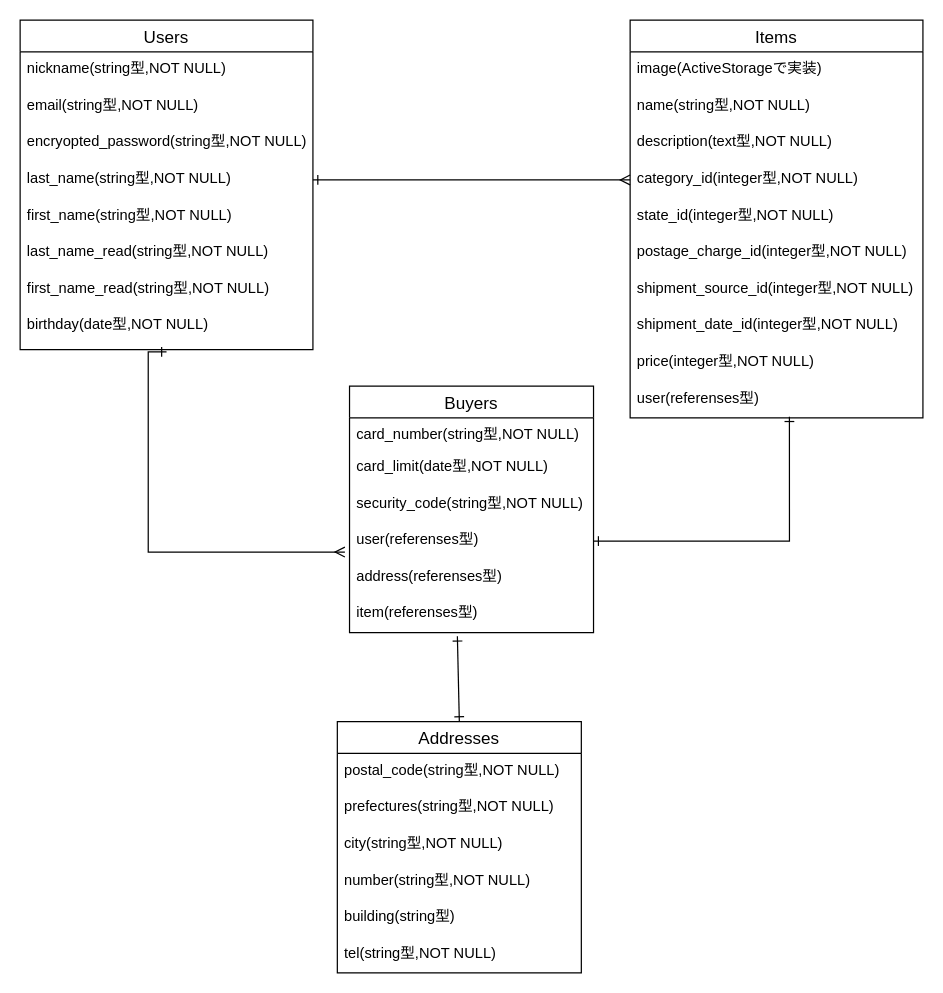
Before: furimaDB.dio in NaoyaNemezawa/furima-32981, a draw.io diagram. Source tidied: cells renumbered, new cells numbered last; positions are measured from the earlier drawing's top-left corner, leaving out a move shared by most shapes. Both pictures are drawn from the tidied source at 122%, with x=0, y=0 at pixel (20, 20).
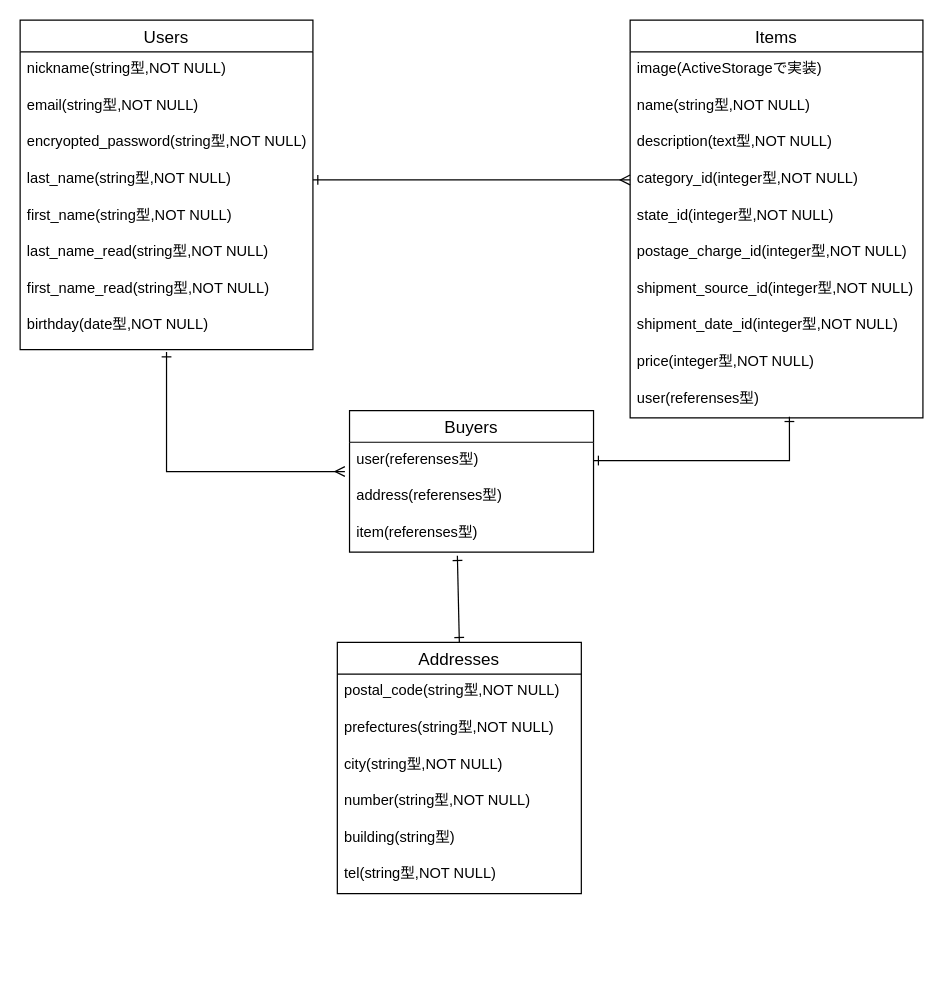
After the change.

Commit message (it also covers changes not shown here):
Buyersテーブルの修正

カード情報を保持しないようにする。
また、userテーブル、itemテーブル、addressテーブルから情報を引用するように変更。

The change refers to these unchanged cells:
```xml
<mxCell id="10" value="birthday(date型,NOT NULL)" style="text;strokeColor=none;fillColor=none;spacingLeft=4;spacingRight=4;overflow=hidden;points=[[0,0.5],[1,0.5]];portConstraint=eastwest;fontSize=12;" parent="2" vertex="1">
  <mxGeometry y="236" width="240" height="34" as="geometry" />
</mxCell>
```

The edit, as a diff of the source:
```diff
@@
     <mxCell id="11" value="Buyers" style="swimlane;fontStyle=0;horizontal=1;startSize=26;align=center;fontSize=14;" parent="1" vertex="1">
-      <mxGeometry x="270" y="300" width="200" height="202" as="geometry" />
+      <mxGeometry x="270" y="320" width="200" height="116" as="geometry" />
     </mxCell>
-    <mxCell id="12" value="card_number(string型,NOT NULL)" style="text;strokeColor=none;fillColor=none;spacingLeft=4;spacingRight=4;overflow=hidden;fontSize=12;" parent="11" vertex="1">
-      <mxGeometry y="26" width="200" height="26" as="geometry" />
-    </mxCell>
-    <mxCell id="13" value="card_limit(date型,NOT NULL)" style="text;strokeColor=none;fillColor=none;spacingLeft=4;spacingRight=4;overflow=hidden;fontSize=12;" parent="11" vertex="1">
-      <mxGeometry y="52" width="200" height="30" as="geometry" />
-    </mxCell>
-    <mxCell id="14" value="security_code(string型,NOT NULL)" style="text;strokeColor=none;fillColor=none;spacingLeft=4;spacingRight=4;overflow=hidden;fontSize=12;" parent="11" vertex="1">
-      <mxGeometry y="82" width="200" height="30" as="geometry" />
-    </mxCell>
     <mxCell id="15" value="user(referenses型)" style="text;strokeColor=none;fillColor=none;spacingLeft=4;spacingRight=4;overflow=hidden;points=[[0,0.5],[1,0.5]];portConstraint=eastwest;fontSize=12;" parent="11" vertex="1">
-      <mxGeometry y="112" width="200" height="30" as="geometry" />
+      <mxGeometry y="26" width="200" height="30" as="geometry" />
     </mxCell>
     <mxCell id="16" value="address(referenses型)" style="text;strokeColor=none;fillColor=none;spacingLeft=4;spacingRight=4;overflow=hidden;fontSize=12;" parent="11" vertex="1">
-      <mxGeometry y="142" width="200" height="30" as="geometry" />
+      <mxGeometry y="56" width="200" height="30" as="geometry" />
     </mxCell>
     <mxCell id="17" value="item(referenses型)" style="text;strokeColor=none;fillColor=none;spacingLeft=4;spacingRight=4;overflow=hidden;points=[[0,0.5],[1,0.5]];portConstraint=eastwest;fontSize=12;" parent="11" vertex="1">
-      <mxGeometry y="172" width="200" height="30" as="geometry" />
+      <mxGeometry y="86" width="200" height="30" as="geometry" />
     </mxCell>
@@
     <mxCell id="29" value="Addresses" style="swimlane;fontStyle=0;horizontal=1;startSize=26;align=center;fontSize=14;" parent="1" vertex="1">
-      <mxGeometry x="260" y="575" width="200" height="206" as="geometry" />
+      <mxGeometry x="260" y="510" width="200" height="206" as="geometry" />
     </mxCell>
@@
     <mxCell id="37" style="edgeStyle=orthogonalEdgeStyle;rounded=0;jettySize=auto;html=1;startArrow=ERmany;startFill=0;endArrow=ERone;endFill=0;exitX=-0.019;exitY=0.8;exitDx=0;exitDy=0;exitPerimeter=0;entryX=0.5;entryY=1.059;entryDx=0;entryDy=0;entryPerimeter=0;" parent="1" edge="1" source="15" target="10">
       <mxGeometry relative="1" as="geometry">
         <Array as="points">
-          <mxPoint x="105" y="436" />
-          <mxPoint x="105" y="272" />
+          <mxPoint x="120" y="370" />
         </Array>
       </mxGeometry>
     </mxCell>
```
